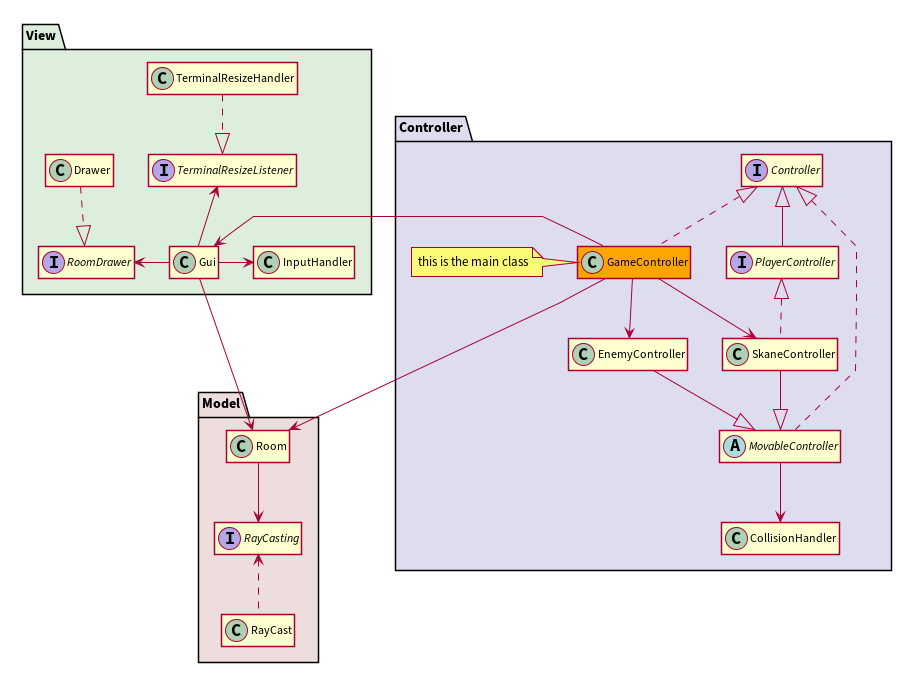
The PlantUML diagram docs/uml/mvc.png in JoaoCostaIFG/LPOO, before a commit.
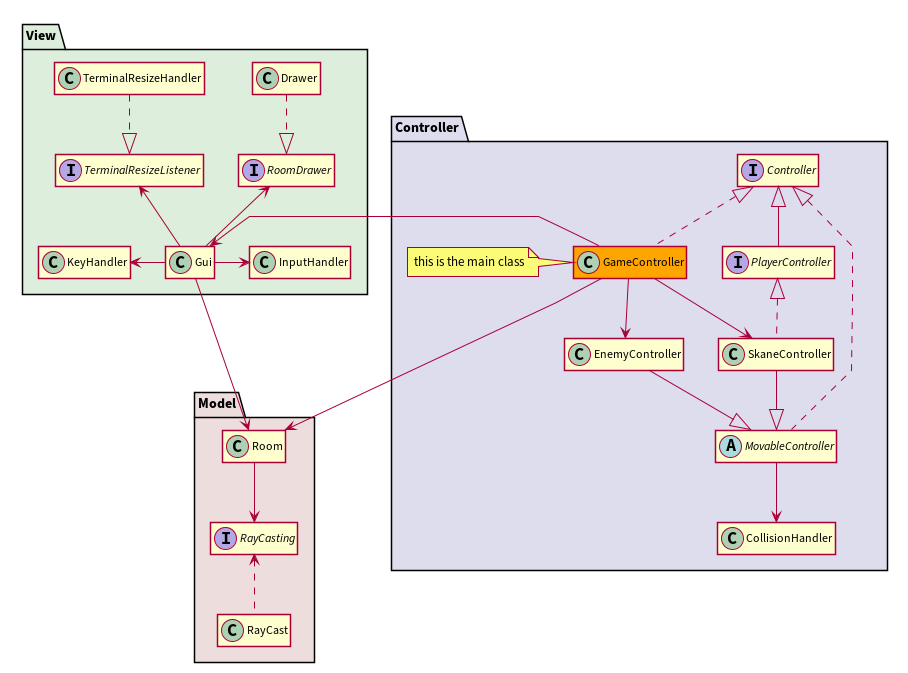
After the commit.

Commit message:
Update: mvc uml class diagram.

Change to the diagram source:
```diff
@@ -15,6 +15,7 @@
   class Drawer {}
   interface RoomDrawer {}
   class Gui {}
+  class KeyHandler {}
   class TerminalResizeHandler {}
   interface TerminalResizeListener {}
   class InputHandler {}
@@ -48,10 +49,11 @@
 Drawer .down.^ RoomDrawer
 TerminalResizeHandler .down.^ TerminalResizeListener
 Gui -up-> TerminalResizeListener
-Gui -left-> RoomDrawer
-Gui -down-> Room
+Gui -left-> KeyHandler
 Gui -right-> InputHandler
 
+Gui -up-> RoomDrawer
+Gui -down-> Room
 
 GameController ---> Room
 GameController --right-> Gui
```
